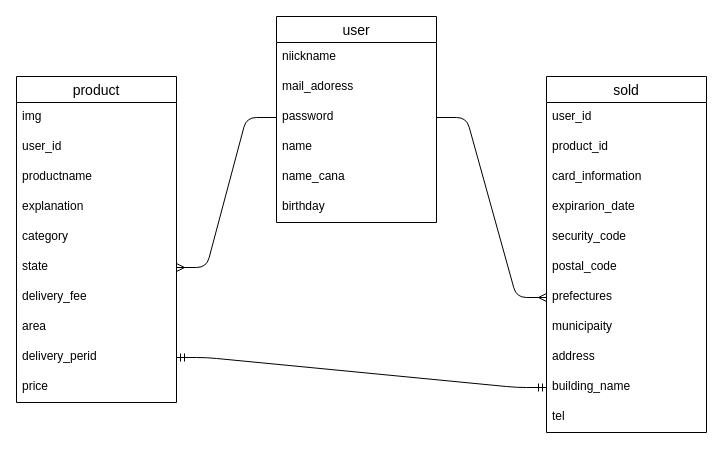
This is ER.dio from reeeito/furima-30327, a draw.io file, before an edit. Source tidied: cells renumbered, new cells numbered last; positions are measured from the earlier drawing's top-left corner, leaving out a move shared by most shapes. Both pictures are drawn from the tidied source at 100%, with x=0, y=0 at pixel (16, 16).
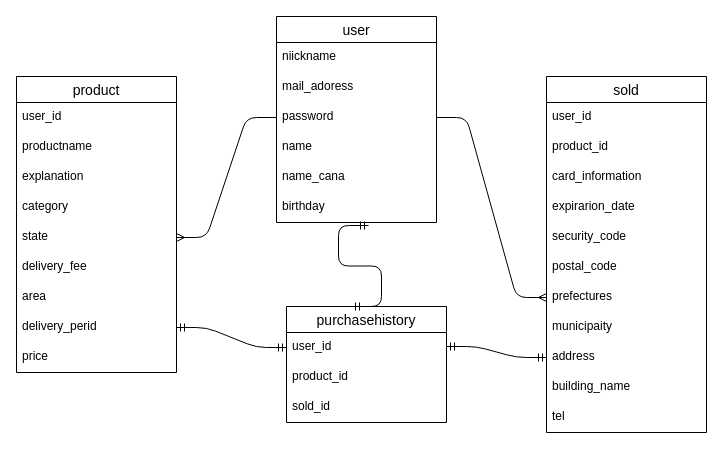
The same diagram, later.

Unchanged cells that the change refers to:
```xml
<mxCell id="8" value="birthday" style="text;strokeColor=none;fillColor=none;spacingLeft=4;spacingRight=4;overflow=hidden;points=[[0,0.5],[1,0.5]];portConstraint=eastwest;fontSize=12;startSize=26;html=0;" parent="2" vertex="1">
  <mxGeometry y="176" width="160" height="30" as="geometry" />
</mxCell>
<mxCell id="29" value="address" style="text;strokeColor=none;fillColor=none;spacingLeft=4;spacingRight=4;overflow=hidden;points=[[0,0.5],[1,0.5]];portConstraint=eastwest;fontSize=12;startSize=26;html=0;" parent="20" vertex="1">
  <mxGeometry y="266" width="160" height="30" as="geometry" />
</mxCell>
<mxCell id="30" value="building_name" style="text;strokeColor=none;fillColor=none;spacingLeft=4;spacingRight=4;overflow=hidden;points=[[0,0.5],[1,0.5]];portConstraint=eastwest;fontSize=12;startSize=26;html=0;" parent="20" vertex="1">
  <mxGeometry y="296" width="160" height="30" as="geometry" />
</mxCell>
```

What changed in the source:
```diff
@@
     <mxCell id="9" value="product" style="swimlane;fontStyle=0;horizontal=1;startSize=26;align=center;fontSize=14;strokeWidth=1;labelBorderColor=none;" parent="1" vertex="1">
-      <mxGeometry y="60" width="160" height="326" as="geometry" />
+      <mxGeometry y="60" width="160" height="296" as="geometry" />
     </mxCell>
-    <mxCell id="10" value="img" style="text;strokeColor=none;fillColor=none;spacingLeft=4;spacingRight=4;overflow=hidden;fontSize=12;" parent="9" vertex="1">
-      <mxGeometry y="26" width="160" height="30" as="geometry" />
-    </mxCell>
     <mxCell id="11" value="user_id" style="text;strokeColor=none;fillColor=none;spacingLeft=4;spacingRight=4;overflow=hidden;fontSize=12;startSize=26;html=0;" parent="9" vertex="1">
-      <mxGeometry y="56" width="160" height="30" as="geometry" />
+      <mxGeometry y="26" width="160" height="30" as="geometry" />
     </mxCell>
     <mxCell id="12" value="productname" style="text;strokeColor=none;fillColor=none;spacingLeft=4;spacingRight=4;overflow=hidden;fontSize=12;" parent="9" vertex="1">
-      <mxGeometry y="86" width="160" height="30" as="geometry" />
+      <mxGeometry y="56" width="160" height="30" as="geometry" />
     </mxCell>
     <mxCell id="13" value="explanation" style="text;strokeColor=none;fillColor=none;spacingLeft=4;spacingRight=4;overflow=hidden;fontSize=12;startSize=26;html=0;" parent="9" vertex="1">
-      <mxGeometry y="116" width="160" height="30" as="geometry" />
+      <mxGeometry y="86" width="160" height="30" as="geometry" />
     </mxCell>
     <mxCell id="14" value="category" style="text;strokeColor=none;fillColor=none;spacingLeft=4;spacingRight=4;overflow=hidden;fontSize=12;startSize=26;html=0;" parent="9" vertex="1">
-      <mxGeometry y="146" width="160" height="30" as="geometry" />
+      <mxGeometry y="116" width="160" height="30" as="geometry" />
     </mxCell>
     <mxCell id="15" value="state" style="text;strokeColor=none;fillColor=none;spacingLeft=4;spacingRight=4;overflow=hidden;points=[[0,0.5],[1,0.5]];portConstraint=eastwest;fontSize=12;startSize=26;html=0;" parent="9" vertex="1">
-      <mxGeometry y="176" width="160" height="30" as="geometry" />
+      <mxGeometry y="146" width="160" height="30" as="geometry" />
     </mxCell>
     <mxCell id="16" value="delivery_fee" style="text;strokeColor=none;fillColor=none;spacingLeft=4;spacingRight=4;overflow=hidden;fontSize=12;startSize=26;html=0;" parent="9" vertex="1">
-      <mxGeometry y="206" width="160" height="30" as="geometry" />
+      <mxGeometry y="176" width="160" height="30" as="geometry" />
     </mxCell>
     <mxCell id="17" value="area" style="text;strokeColor=none;fillColor=none;spacingLeft=4;spacingRight=4;overflow=hidden;fontSize=12;startSize=26;html=0;" parent="9" vertex="1">
-      <mxGeometry y="236" width="160" height="30" as="geometry" />
+      <mxGeometry y="206" width="160" height="30" as="geometry" />
     </mxCell>
     <mxCell id="18" value="delivery_perid" style="text;strokeColor=none;fillColor=none;spacingLeft=4;spacingRight=4;overflow=hidden;points=[[0,0.5],[1,0.5]];portConstraint=eastwest;fontSize=12;startSize=26;html=0;" parent="9" vertex="1">
-      <mxGeometry y="266" width="160" height="30" as="geometry" />
+      <mxGeometry y="236" width="160" height="30" as="geometry" />
     </mxCell>
     <mxCell id="19" value="price" style="text;strokeColor=none;fillColor=none;spacingLeft=4;spacingRight=4;overflow=hidden;fontSize=12;startSize=26;html=0;" parent="9" vertex="1">
-      <mxGeometry y="296" width="160" height="30" as="geometry" />
+      <mxGeometry y="266" width="160" height="30" as="geometry" />
     </mxCell>
@@
-    <mxCell id="34" style="edgeStyle=entityRelationEdgeStyle;fontSize=12;html=1;endArrow=ERmandOne;startArrow=ERmandOne;labelBackgroundColor=none;exitX=1;exitY=0.5;exitDx=0;exitDy=0;entryX=0;entryY=0.5;entryDx=0;entryDy=0;" parent="1" edge="1" source="18" target="30">
+    <mxCell id="34" style="edgeStyle=entityRelationEdgeStyle;fontSize=12;html=1;endArrow=ERmandOne;startArrow=ERmandOne;labelBackgroundColor=none;exitX=1;exitY=0.5;exitDx=0;exitDy=0;entryX=0;entryY=0.5;entryDx=0;entryDy=0;" parent="1" edge="1" source="18" target="37">
       <mxGeometry relative="1" as="geometry" />
     </mxCell>
+    <mxCell id="35" value="purchasehistory" style="swimlane;fontStyle=0;horizontal=1;startSize=26;align=center;fontSize=14;strokeWidth=1;labelBorderColor=none;" parent="1" vertex="1">
+      <mxGeometry x="270" y="290" width="160" height="116" as="geometry" />
+    </mxCell>
+    <mxCell id="36" style="edgeStyle=entityRelationEdgeStyle;fontSize=12;html=1;endArrow=ERmandOne;startArrow=ERmandOne;labelBackgroundColor=none;exitX=1;exitY=0.5;exitDx=0;exitDy=0;entryX=0.575;entryY=1.1;entryDx=0;entryDy=0;entryPerimeter=0;" parent="35" edge="1" target="8">
+      <mxGeometry relative="1" as="geometry">
+        <mxPoint x="65" as="sourcePoint" />
+      </mxGeometry>
+    </mxCell>
+    <mxCell id="37" value="user_id" style="text;strokeColor=none;fillColor=none;spacingLeft=4;spacingRight=4;overflow=hidden;points=[[0,0.5],[1,0.5]];portConstraint=eastwest;fontSize=12;startSize=26;html=0;" parent="35" vertex="1">
+      <mxGeometry y="26" width="160" height="30" as="geometry" />
+    </mxCell>
+    <mxCell id="38" value="product_id" style="text;strokeColor=none;fillColor=none;spacingLeft=4;spacingRight=4;overflow=hidden;fontSize=12;startSize=26;html=0;" parent="35" vertex="1">
+      <mxGeometry y="56" width="160" height="30" as="geometry" />
+    </mxCell>
+    <mxCell id="39" value="sold_id" style="text;strokeColor=none;fillColor=none;spacingLeft=4;spacingRight=4;overflow=hidden;fontSize=12;" parent="35" vertex="1">
+      <mxGeometry y="86" width="160" height="30" as="geometry" />
+    </mxCell>
+    <mxCell id="40" style="edgeStyle=entityRelationEdgeStyle;fontSize=12;html=1;endArrow=ERmandOne;startArrow=ERmandOne;labelBackgroundColor=none;exitX=1;exitY=0.5;exitDx=0;exitDy=0;entryX=0;entryY=0.5;entryDx=0;entryDy=0;" parent="1" edge="1" target="29">
+      <mxGeometry relative="1" as="geometry">
+        <mxPoint x="430" y="330" as="sourcePoint" />
+      </mxGeometry>
+    </mxCell>
```
